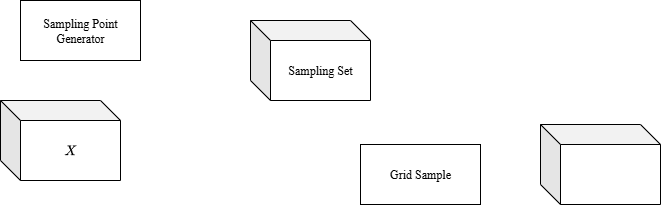
Before: 测试.drawio.png, a diagram exported from draw.io (HTMLCSS-XD/draw.io). Source tidied: cells renumbered, new cells last; positions are measured from the earlier drawing's top-left corner, leaving out a move shared by most shapes. Source of this version:
```xml
<mxGraphModel math="1">
  <root>
    <mxCell id="0" />
    <mxCell id="1" parent="0" />
    <mxCell id="2" value="$$X$$" style="shape=cube;whiteSpace=wrap;html=1;boundedLbl=1;backgroundOutline=1;darkOpacity=0.05;darkOpacity2=0.1;" parent="1" vertex="1">
      <mxGeometry y="100" width="120" height="80" as="geometry" />
    </mxCell>
    <mxCell id="3" style="shape=cube;whiteSpace=wrap;html=1;boundedLbl=1;backgroundOutline=1;darkOpacity=0.05;darkOpacity2=0.1;" parent="1" vertex="1">
      <mxGeometry x="540" y="124" width="120" height="80" as="geometry" />
    </mxCell>
    <mxCell id="4" value="&lt;span style=&quot;font-family: &amp;quot;Times New Roman&amp;quot;;&quot;&gt;Sampling Set&lt;/span&gt;" style="shape=cube;whiteSpace=wrap;html=1;boundedLbl=1;backgroundOutline=1;darkOpacity=0.05;darkOpacity2=0.1;" parent="1" vertex="1">
      <mxGeometry x="250" y="20" width="120" height="80" as="geometry" />
    </mxCell>
    <mxCell id="5" value="&lt;span style=&quot;font-family: &amp;quot;Times New Roman&amp;quot;;&quot;&gt;Sampling Point&lt;/span&gt;&lt;br style=&quot;font-family: &amp;quot;Times New Roman&amp;quot;;&quot;&gt;&lt;span style=&quot;font-family: &amp;quot;Times New Roman&amp;quot;;&quot;&gt;Generator&lt;/span&gt;" style="rounded=0;whiteSpace=wrap;html=1;" parent="1" vertex="1">
      <mxGeometry x="20" width="120" height="60" as="geometry" />
    </mxCell>
    <mxCell id="6" value="&lt;span style=&quot;font-family: &amp;quot;Times New Roman&amp;quot;;&quot;&gt;Grid Sample&lt;/span&gt;" style="rounded=0;whiteSpace=wrap;html=1;" parent="1" vertex="1">
      <mxGeometry x="360" y="144" width="120" height="60" as="geometry" />
    </mxCell>
  </root>
</mxGraphModel>
```
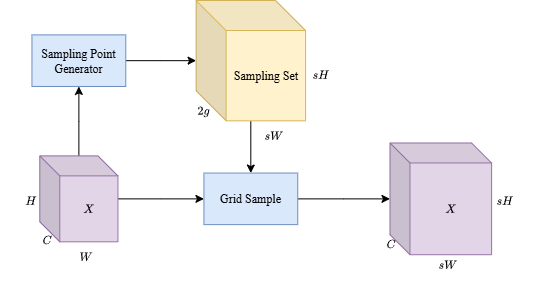
Later version of the same file.

The edit, as a diff of the source:
```diff
@@ -2,20 +2,62 @@
   <root>
     <mxCell id="0" />
     <mxCell id="1" parent="0" />
+    <mxCell id="7" style="edgeStyle=orthogonalEdgeStyle;rounded=0;jettySize=auto;html=1;" parent="1" edge="1" source="2" target="5">
+      <mxGeometry relative="1" as="geometry" />
+    </mxCell>
+    <mxCell id="8" style="edgeStyle=orthogonalEdgeStyle;rounded=0;jettySize=auto;html=1;" parent="1" edge="1" source="2" target="6">
+      <mxGeometry relative="1" as="geometry" />
+    </mxCell>
-    <mxCell id="2" value="$$X$$" style="shape=cube;whiteSpace=wrap;html=1;boundedLbl=1;backgroundOutline=1;darkOpacity=0.05;darkOpacity2=0.1;" parent="1" vertex="1">
-      <mxGeometry y="100" width="120" height="80" as="geometry" />
+    <mxCell id="2" value="$$X$$" style="shape=cube;whiteSpace=wrap;html=1;boundedLbl=1;backgroundOutline=1;darkOpacity=0.05;darkOpacity2=0.1;fillColor=#e1d5e7;strokeColor=#9673a6;fillStyle=auto;fontFamily=Times New Roman;rotation=0;size=20;" parent="1" vertex="1">
+      <mxGeometry x="-88.7" y="115.4" width="78.2" height="86" as="geometry" />
     </mxCell>
-    <mxCell id="3" style="shape=cube;whiteSpace=wrap;html=1;boundedLbl=1;backgroundOutline=1;darkOpacity=0.05;darkOpacity2=0.1;" parent="1" vertex="1">
-      <mxGeometry x="540" y="124" width="120" height="80" as="geometry" />
-    </mxCell>
+    <mxCell id="9" style="edgeStyle=orthogonalEdgeStyle;rounded=0;jettySize=auto;html=1;" parent="1" edge="1" source="4" target="6">
+      <mxGeometry relative="1" as="geometry" />
+    </mxCell>
-    <mxCell id="4" value="&lt;span style=&quot;font-family: &amp;quot;Times New Roman&amp;quot;;&quot;&gt;Sampling Set&lt;/span&gt;" style="shape=cube;whiteSpace=wrap;html=1;boundedLbl=1;backgroundOutline=1;darkOpacity=0.05;darkOpacity2=0.1;" parent="1" vertex="1">
-      <mxGeometry x="250" y="20" width="120" height="80" as="geometry" />
+    <mxCell id="4" value="&lt;span style=&quot;&quot;&gt;Sampling Set&lt;/span&gt;" style="shape=cube;whiteSpace=wrap;html=1;boundedLbl=1;backgroundOutline=1;darkOpacity=0.05;darkOpacity2=0.1;fillColor=#fff2cc;strokeColor=#d6b656;fillStyle=auto;fontFamily=Times New Roman;size=30;" parent="1" vertex="1">
+      <mxGeometry x="67.6" y="-40" width="109.4" height="120.3" as="geometry" />
     </mxCell>
+    <mxCell id="10" style="edgeStyle=orthogonalEdgeStyle;rounded=0;jettySize=auto;html=1;" parent="1" edge="1" source="5" target="4">
+      <mxGeometry relative="1" as="geometry" />
+    </mxCell>
-    <mxCell id="5" value="&lt;span style=&quot;font-family: &amp;quot;Times New Roman&amp;quot;;&quot;&gt;Sampling Point&lt;/span&gt;&lt;br style=&quot;font-family: &amp;quot;Times New Roman&amp;quot;;&quot;&gt;&lt;span style=&quot;font-family: &amp;quot;Times New Roman&amp;quot;;&quot;&gt;Generator&lt;/span&gt;" style="rounded=0;whiteSpace=wrap;html=1;" parent="1" vertex="1">
-      <mxGeometry x="20" width="120" height="60" as="geometry" />
+    <mxCell id="5" value="&lt;span style=&quot;&quot;&gt;Sampling Point&lt;/span&gt;&lt;br style=&quot;&quot;&gt;&lt;span style=&quot;&quot;&gt;Generator&lt;/span&gt;" style="rounded=0;whiteSpace=wrap;html=1;fillColor=#dae8fc;strokeColor=#6c8ebf;fillStyle=auto;fontFamily=Times New Roman;" parent="1" vertex="1">
+      <mxGeometry x="-96.5" y="-5.6" width="93.8" height="51.6" as="geometry" />
     </mxCell>
+    <mxCell id="11" style="edgeStyle=orthogonalEdgeStyle;rounded=0;jettySize=auto;html=1;" parent="1" edge="1" source="6" target="21">
+      <mxGeometry relative="1" as="geometry" />
+    </mxCell>
-    <mxCell id="6" value="&lt;span style=&quot;font-family: &amp;quot;Times New Roman&amp;quot;;&quot;&gt;Grid Sample&lt;/span&gt;" style="rounded=0;whiteSpace=wrap;html=1;" parent="1" vertex="1">
-      <mxGeometry x="360" y="144" width="120" height="60" as="geometry" />
+    <mxCell id="6" value="&lt;span style=&quot;&quot;&gt;Grid Sample&lt;/span&gt;" style="rounded=0;whiteSpace=wrap;html=1;fillColor=#dae8fc;strokeColor=#6c8ebf;fillStyle=auto;fontFamily=Times New Roman;" parent="1" vertex="1">
+      <mxGeometry x="75.4" y="132.6" width="93.8" height="51.6" as="geometry" />
     </mxCell>
+    <mxCell id="12" value="$$H$$" style="text;html=1;align=center;verticalAlign=middle;strokeColor=none;fillColor=none;fontFamily=Times New Roman;" parent="1" vertex="1">
+      <mxGeometry x="-128" y="145.4" width="60" height="30" as="geometry" />
+    </mxCell>
+    <mxCell id="13" value="$$C$$" style="text;html=1;align=center;verticalAlign=middle;strokeColor=none;fillColor=none;fontFamily=Times New Roman;" parent="1" vertex="1">
+      <mxGeometry x="-112.2" y="184.1" width="60" height="30" as="geometry" />
+    </mxCell>
+    <mxCell id="14" value="$$W$$" style="text;html=1;align=center;verticalAlign=middle;strokeColor=none;fillColor=none;fontFamily=Times New Roman;" parent="1" vertex="1">
+      <mxGeometry x="-73.1" y="201.3" width="60" height="30" as="geometry" />
+    </mxCell>
+    <mxCell id="15" value="$$sH$$" style="text;html=1;align=center;verticalAlign=middle;strokeColor=none;fillColor=none;fontFamily=Times New Roman;" parent="1" vertex="1">
+      <mxGeometry x="346.1" y="145.4" width="60" height="30" as="geometry" />
+    </mxCell>
+    <mxCell id="16" value="$$C$$" style="text;html=1;align=center;verticalAlign=middle;strokeColor=none;fillColor=none;fontFamily=Times New Roman;" parent="1" vertex="1">
+      <mxGeometry x="231.8" y="188.4" width="60" height="30" as="geometry" />
+    </mxCell>
+    <mxCell id="17" value="$$sW$$" style="text;html=1;align=center;verticalAlign=middle;strokeColor=none;fillColor=none;fontFamily=Times New Roman;" parent="1" vertex="1">
+      <mxGeometry x="114.5" y="80.3" width="60" height="30" as="geometry" />
+    </mxCell>
+    <mxCell id="18" value="$$2g$$" style="text;html=1;align=center;verticalAlign=middle;strokeColor=none;fillColor=none;fontFamily=Times New Roman;" parent="1" vertex="1">
+      <mxGeometry x="44.2" y="54.6" width="60" height="30" as="geometry" />
+    </mxCell>
+    <mxCell id="19" value="$$sW$$" style="text;html=1;align=center;verticalAlign=middle;strokeColor=none;fillColor=none;fontFamily=Times New Roman;" parent="1" vertex="1">
+      <mxGeometry x="288.8" y="209.2" width="60" height="30" as="geometry" />
+    </mxCell>
+    <mxCell id="20" value="$$sH$$" style="text;html=1;align=center;verticalAlign=middle;strokeColor=none;fillColor=none;fontFamily=Times New Roman;" parent="1" vertex="1">
+      <mxGeometry x="162.1" y="19.3" width="60" height="30" as="geometry" />
+    </mxCell>
+    <mxCell id="21" value="$$X$$" style="shape=cube;whiteSpace=wrap;html=1;boundedLbl=1;backgroundOutline=1;darkOpacity=0.05;darkOpacity2=0.1;fillColor=#e1d5e7;strokeColor=#9673a6;fillStyle=auto;fontFamily=Times New Roman;rotation=0;size=20;" parent="1" vertex="1">
+      <mxGeometry x="261.5" y="102.5" width="101.6" height="111.7" as="geometry" />
+    </mxCell>
   </root>
 </mxGraphModel>
```
